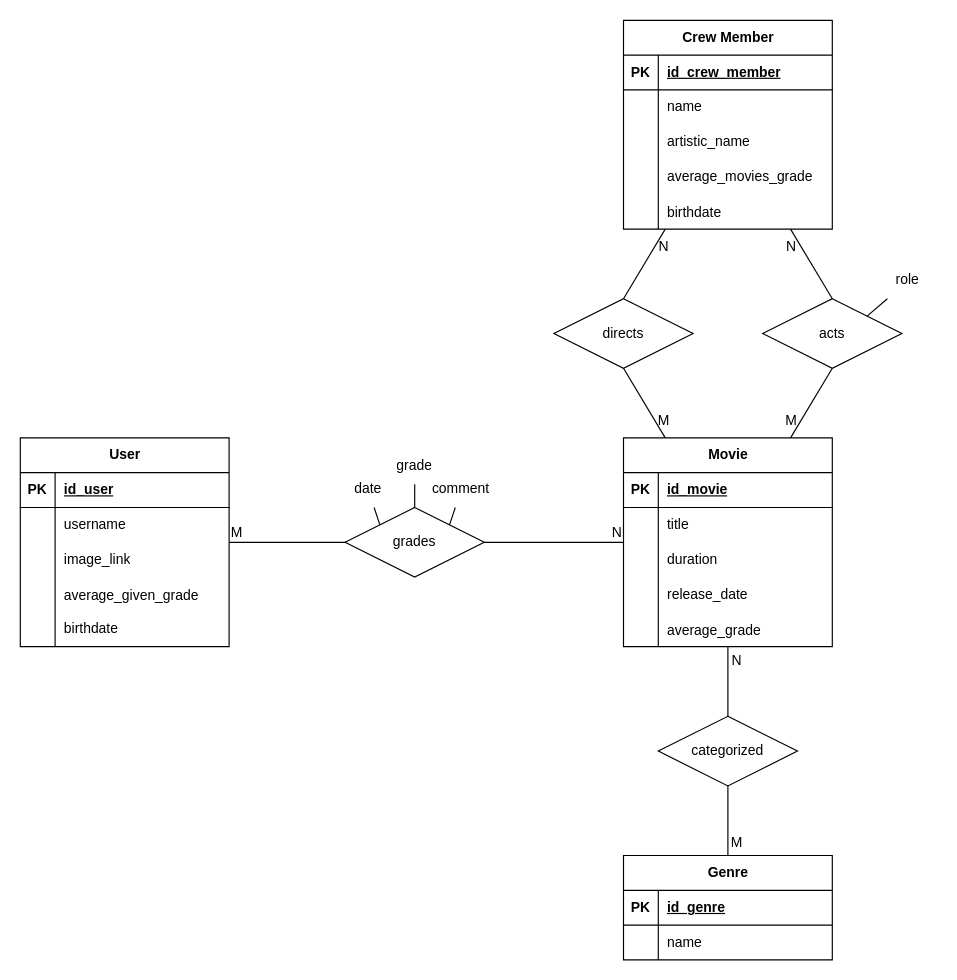
The draw.io diagram lab01/diagramas/diagramaER.drawio in yaesetti/mc536, before the edit. Source tidied: cells renumbered, new cells numbered last; positions are measured from the earlier drawing's top-left corner, leaving out a move shared by most shapes. Both pictures are drawn from the tidied source at 116%, with x=0, y=0 at pixel (20, 20).
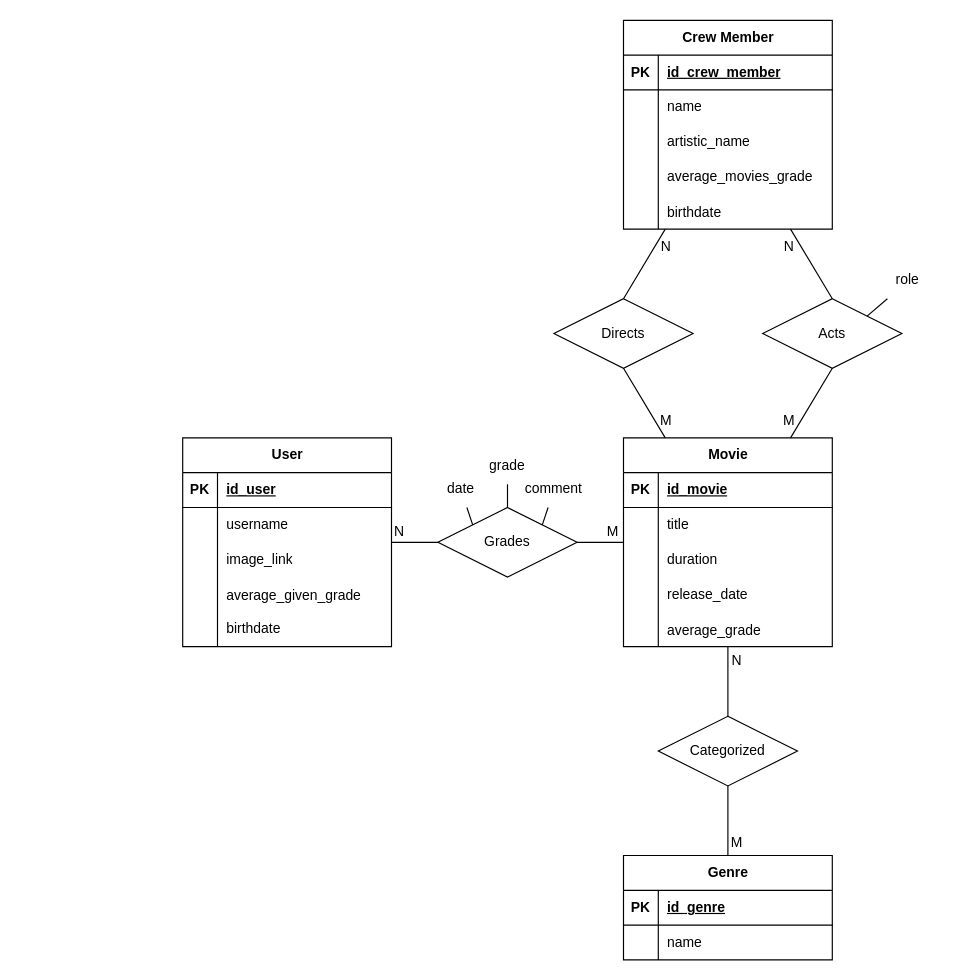
Above is the later version.

The change refers to these unchanged cells:
```xml
<mxCell id="25" value="Movie" style="shape=table;startSize=30;childLayout=tableLayout;rowLines=0;fontStyle=1;align=center;html=1;" parent="1" vertex="1">
  <mxGeometry x="520" y="360" width="180" height="180" as="geometry" />
</mxCell>
```

What changed in the source:
```diff
@@
-    <mxCell id="2" style="endArrow=none;html=1;rounded=0;exitX=1;exitY=0.5;exitDx=0;exitDy=0;entryX=0;entryY=0.5;entryDx=0;entryDy=0;" parent="1" edge="1">
-      <mxGeometry relative="1" as="geometry">
-        <mxPoint x="180" y="450" as="sourcePoint" />
-        <mxPoint x="520" y="450" as="targetPoint" />
-      </mxGeometry>
-    </mxCell>
-    <mxCell id="3" value="M" style="html=1;whiteSpace=wrap;align=left;verticalAlign=bottom;" parent="2" vertex="1">
-      <mxGeometry x="-1" relative="1" as="geometry" />
-    </mxCell>
-    <mxCell id="4" value="N" style="html=1;whiteSpace=wrap;align=right;verticalAlign=bottom;" parent="2" vertex="1">
-      <mxGeometry x="1" relative="1" as="geometry" />
-    </mxCell>
@@
+    <mxCell id="84" style="edgeStyle=orthogonalEdgeStyle;rounded=0;jettySize=auto;html=1;exitX=0;exitY=0.5;exitDx=0;exitDy=0;endArrow=none;endFill=0;" parent="1" edge="1" source="8" target="9">
+      <mxGeometry relative="1" as="geometry" />
+    </mxCell>
+    <mxCell id="85" style="edgeStyle=orthogonalEdgeStyle;rounded=0;jettySize=auto;html=1;exitX=1;exitY=0.5;exitDx=0;exitDy=0;endArrow=none;endFill=0;" parent="1" edge="1" source="8" target="25">
+      <mxGeometry relative="1" as="geometry" />
+    </mxCell>
-    <mxCell id="8" value="grades" style="shape=rhombus;perimeter=rhombusPerimeter;whiteSpace=wrap;html=1;align=center;" parent="1" vertex="1">
-      <mxGeometry x="280" y="420" width="120" height="60" as="geometry" />
+    <mxCell id="8" value="Grades" style="shape=rhombus;perimeter=rhombusPerimeter;whiteSpace=wrap;html=1;align=center;" parent="1" vertex="1">
+      <mxGeometry x="360" y="420" width="120" height="60" as="geometry" />
     </mxCell>
     <mxCell id="9" value="User" style="shape=table;startSize=30;childLayout=tableLayout;rowLines=0;fontStyle=1;align=center;html=1;" parent="1" vertex="1">
-      <mxGeometry y="360" width="180" height="180" as="geometry" />
+      <mxGeometry x="140" y="360" width="180" height="180" as="geometry" />
     </mxCell>
@@
     <mxCell id="41" value="date" style="text;strokeColor=none;fillColor=none;spacingLeft=4;spacingRight=4;overflow=hidden;points=[[0,0.5],[1,0.5]];portConstraint=eastwest;fontSize=12;whiteSpace=wrap;html=1;align=center;" parent="1" vertex="1">
-      <mxGeometry x="280" y="390" width="40" height="30" as="geometry" />
+      <mxGeometry x="360" y="390" width="40" height="30" as="geometry" />
     </mxCell>
@@
     <mxCell id="58" value="comment" style="text;strokeColor=none;fillColor=none;spacingLeft=4;spacingRight=4;overflow=hidden;points=[[0,0.5],[1,0.5]];portConstraint=eastwest;fontSize=12;whiteSpace=wrap;html=1;align=center;" parent="1" vertex="1">
-      <mxGeometry x="340" y="390" width="80" height="30" as="geometry" />
+      <mxGeometry x="420" y="390" width="80" height="30" as="geometry" />
     </mxCell>
@@
-    <mxCell id="61" value="directs" style="shape=rhombus;perimeter=rhombusPerimeter;whiteSpace=wrap;html=1;align=center;" parent="1" vertex="1">
+    <mxCell id="61" value="Directs" style="shape=rhombus;perimeter=rhombusPerimeter;whiteSpace=wrap;html=1;align=center;" parent="1" vertex="1">
       <mxGeometry x="460" y="240" width="120" height="60" as="geometry" />
     </mxCell>
@@
-    <mxCell id="65" value="acts" style="shape=rhombus;perimeter=rhombusPerimeter;whiteSpace=wrap;html=1;align=center;" parent="1" vertex="1">
+    <mxCell id="65" value="Acts" style="shape=rhombus;perimeter=rhombusPerimeter;whiteSpace=wrap;html=1;align=center;" parent="1" vertex="1">
       <mxGeometry x="640" y="240" width="120" height="60" as="geometry" />
     </mxCell>
     <mxCell id="66" value="N" style="text;html=1;whiteSpace=wrap;strokeColor=none;fillColor=none;align=center;verticalAlign=middle;rounded=0;" parent="1" vertex="1">
-      <mxGeometry x="540" y="180" width="30" height="30" as="geometry" />
+      <mxGeometry x="542" y="180" width="30" height="30" as="geometry" />
     </mxCell>
     <mxCell id="67" value="N" style="text;html=1;whiteSpace=wrap;strokeColor=none;fillColor=none;align=center;verticalAlign=middle;rounded=0;" parent="1" vertex="1">
-      <mxGeometry x="650" y="180" width="30" height="30" as="geometry" />
+      <mxGeometry x="648" y="180" width="30" height="30" as="geometry" />
     </mxCell>
     <mxCell id="68" value="M" style="text;html=1;whiteSpace=wrap;strokeColor=none;fillColor=none;align=center;verticalAlign=middle;rounded=0;" parent="1" vertex="1">
-      <mxGeometry x="540" y="330" width="30" height="30" as="geometry" />
+      <mxGeometry x="542" y="330" width="30" height="30" as="geometry" />
     </mxCell>
     <mxCell id="69" value="M" style="text;html=1;whiteSpace=wrap;strokeColor=none;fillColor=none;align=center;verticalAlign=middle;rounded=0;" parent="1" vertex="1">
-      <mxGeometry x="650" y="330" width="30" height="30" as="geometry" />
+      <mxGeometry x="648" y="330" width="30" height="30" as="geometry" />
     </mxCell>
     <mxCell id="70" value="grade" style="text;strokeColor=none;fillColor=none;spacingLeft=4;spacingRight=4;overflow=hidden;points=[[0,0.5],[1,0.5]];portConstraint=eastwest;fontSize=12;whiteSpace=wrap;html=1;align=center;" parent="1" vertex="1">
-      <mxGeometry x="300" y="370" width="80" height="30" as="geometry" />
+      <mxGeometry x="380" y="370" width="80" height="30" as="geometry" />
     </mxCell>
@@
-    <mxCell id="81" value="categorized" style="shape=rhombus;perimeter=rhombusPerimeter;whiteSpace=wrap;html=1;align=center;" parent="1" vertex="1">
+    <mxCell id="81" value="Categorized" style="shape=rhombus;perimeter=rhombusPerimeter;whiteSpace=wrap;html=1;align=center;" parent="1" vertex="1">
       <mxGeometry x="550" y="600" width="120" height="60" as="geometry" />
     </mxCell>
@@
+    <mxCell id="4" value="N" style="text;html=1;whiteSpace=wrap;strokeColor=none;fillColor=none;align=center;verticalAlign=middle;rounded=0;" parent="1" vertex="1">
+      <mxGeometry x="312" y="426" width="30" height="30" as="geometry" />
+    </mxCell>
+    <mxCell id="3" value="M" style="text;html=1;whiteSpace=wrap;strokeColor=none;fillColor=none;align=center;verticalAlign=middle;rounded=0;" parent="1" vertex="1">
+      <mxGeometry x="496" y="426" width="30" height="30" as="geometry" />
+    </mxCell>
```
